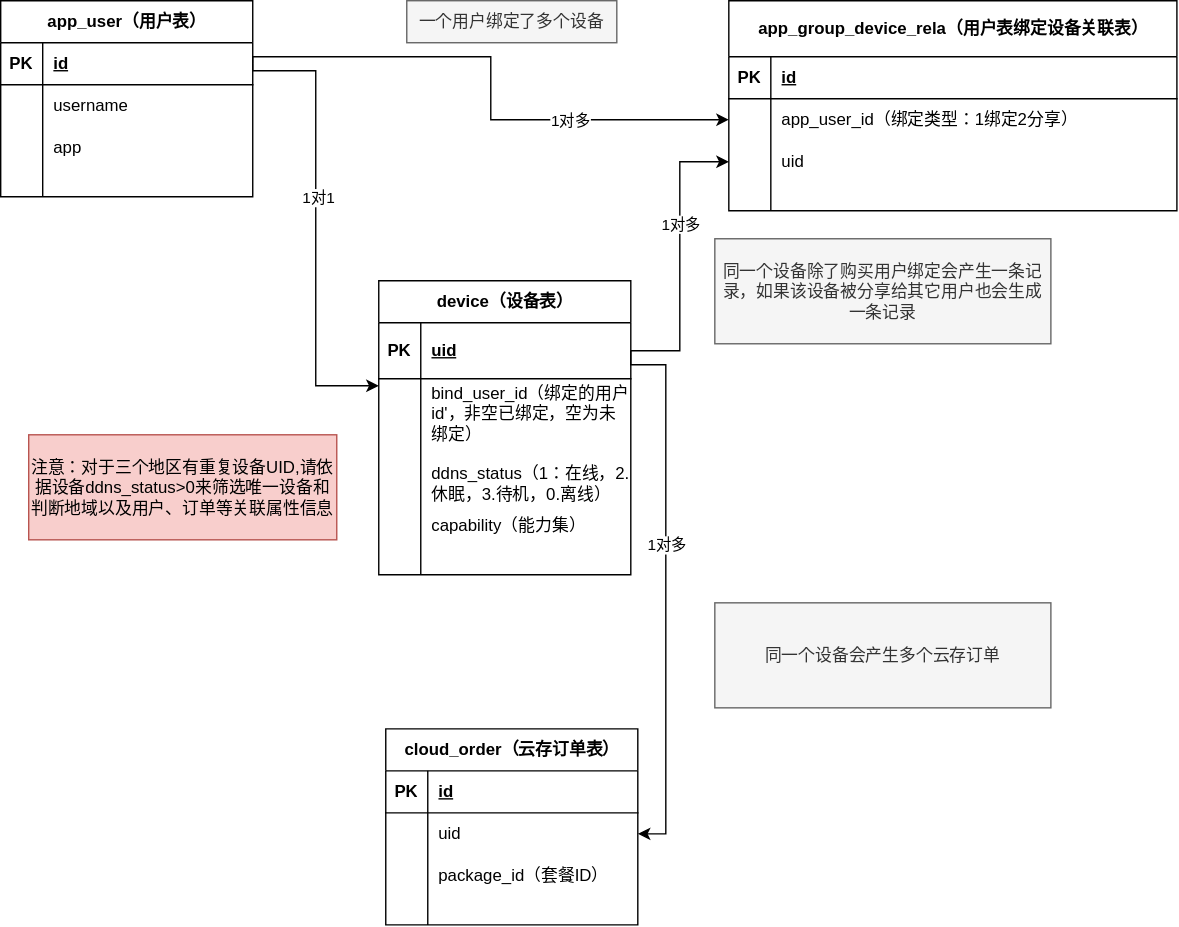
This is database/1-用户设备关系ER.drawio.svg from LiuXinStrive/ChaoWei, a draw.io export, as it was before one commit. Source tidied: cells renumbered, new cells last; positions are measured from the earlier drawing's top-left corner, leaving out a move shared by most shapes.
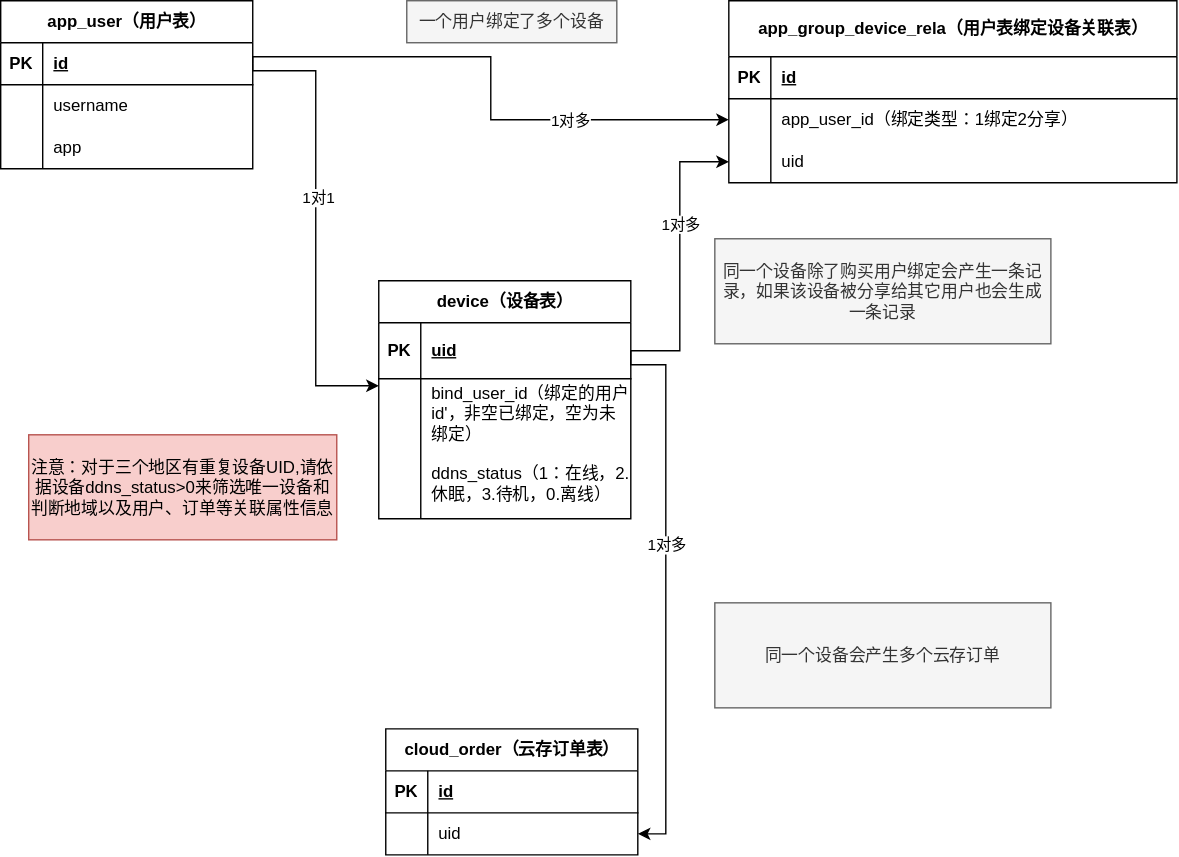
The same file after the commit.

Commit message:
更新1-用户设备关系ER.drawio.svg

Diff of the diagram source:
```diff
@@ -3,7 +3,7 @@
     <mxCell id="0" />
     <mxCell id="1" parent="0" />
     <mxCell id="2" value="app_user（用户表）" style="shape=table;startSize=30;rowLines=0;fontStyle=1;align=center;html=1;" parent="1" vertex="1">
-      <mxGeometry width="180" height="140" as="geometry" />
+      <mxGeometry width="180" height="120" as="geometry" />
     </mxCell>
     <mxCell id="3" style="shape=tableRow;horizontal=0;startSize=0;swimlaneHead=0;swimlaneBody=0;fillColor=none;points=[[0,0.5],[1,0.5]];portConstraint=eastwest;top=0;left=0;right=0;bottom=1;" parent="2" vertex="1">
       <mxGeometry y="30" width="180" height="30" as="geometry" />
@@ -32,17 +32,8 @@
     <mxCell id="11" value="app" style="shape=partialRectangle;fillColor=none;top=0;left=0;bottom=0;right=0;align=left;spacingLeft=6;overflow=hidden;whiteSpace=wrap;html=1;" parent="9" vertex="1">
       <mxGeometry x="30" width="150" height="30" as="geometry" />
     </mxCell>
-    <mxCell id="12" style="shape=tableRow;horizontal=0;startSize=0;swimlaneHead=0;swimlaneBody=0;fillColor=none;top=0;left=0;right=0;bottom=0;" parent="2" vertex="1">
-      <mxGeometry y="120" width="180" height="20" as="geometry" />
-    </mxCell>
-    <mxCell id="13" style="shape=partialRectangle;fillColor=none;top=0;left=0;bottom=0;right=0;overflow=hidden;whiteSpace=wrap;html=1;" parent="12" vertex="1">
-      <mxGeometry width="30" height="20" as="geometry" />
-    </mxCell>
-    <mxCell id="14" style="shape=partialRectangle;fillColor=none;top=0;left=0;bottom=0;right=0;align=left;spacingLeft=6;overflow=hidden;whiteSpace=wrap;html=1;" parent="12" vertex="1">
-      <mxGeometry x="30" width="150" height="20" as="geometry" />
-    </mxCell>
     <mxCell id="15" value="device（设备表）" style="shape=table;startSize=30;rowLines=0;fontStyle=1;align=center;html=1;" parent="1" vertex="1">
-      <mxGeometry x="270" y="200" width="180" height="210" as="geometry" />
+      <mxGeometry x="270" y="200" width="180" height="170" as="geometry" />
     </mxCell>
     <mxCell id="16" style="shape=tableRow;horizontal=0;startSize=0;swimlaneHead=0;swimlaneBody=0;fillColor=none;points=[[0,0.5],[1,0.5]];portConstraint=eastwest;top=0;left=0;right=0;bottom=1;" parent="15" vertex="1">
       <mxGeometry y="30" width="180" height="40" as="geometry" />
@@ -71,17 +62,8 @@
     <mxCell id="24" value="ddns_status（1：在线，2.休眠，3.待机，0.离线）" style="shape=partialRectangle;fillColor=none;top=0;left=0;bottom=0;right=0;align=left;spacingLeft=6;overflow=hidden;whiteSpace=wrap;html=1;" parent="22" vertex="1">
       <mxGeometry x="30" width="150" height="50" as="geometry" />
     </mxCell>
-    <mxCell id="25" style="shape=tableRow;horizontal=0;startSize=0;swimlaneHead=0;swimlaneBody=0;fillColor=none;top=0;left=0;right=0;bottom=0;" parent="15" vertex="1">
-      <mxGeometry y="170" width="180" height="40" as="geometry" />
-    </mxCell>
-    <mxCell id="26" style="shape=partialRectangle;fillColor=none;top=0;left=0;bottom=0;right=0;overflow=hidden;whiteSpace=wrap;html=1;" parent="25" vertex="1">
-      <mxGeometry width="30" height="40" as="geometry" />
-    </mxCell>
-    <mxCell id="27" style="shape=partialRectangle;fillColor=none;top=0;left=0;bottom=0;right=0;align=left;spacingLeft=6;overflow=hidden;whiteSpace=wrap;html=1;" parent="25" vertex="1">
-      <mxGeometry x="30" width="150" height="40" as="geometry" />
-    </mxCell>
     <mxCell id="28" value="app_group_device_rela（用户表绑定设备关联表）" style="shape=table;startSize=40;rowLines=0;fontStyle=1;align=center;html=1;" parent="1" vertex="1">
-      <mxGeometry x="520" width="320" height="150" as="geometry" />
+      <mxGeometry x="520" width="320" height="130" as="geometry" />
     </mxCell>
     <mxCell id="29" style="shape=tableRow;horizontal=0;startSize=0;swimlaneHead=0;swimlaneBody=0;fillColor=none;top=0;left=0;right=0;bottom=1;" parent="28" vertex="1">
       <mxGeometry y="40" width="320" height="30" as="geometry" />
@@ -110,15 +92,6 @@
     <mxCell id="37" value="uid" style="shape=partialRectangle;fillColor=none;top=0;left=0;bottom=0;right=0;align=left;spacingLeft=6;overflow=hidden;whiteSpace=wrap;html=1;" parent="35" vertex="1">
       <mxGeometry x="30" width="290" height="30" as="geometry" />
     </mxCell>
-    <mxCell id="38" style="shape=tableRow;horizontal=0;startSize=0;swimlaneHead=0;swimlaneBody=0;fillColor=none;top=0;left=0;right=0;bottom=0;" parent="28" vertex="1">
-      <mxGeometry y="130" width="320" height="20" as="geometry" />
-    </mxCell>
-    <mxCell id="39" style="shape=partialRectangle;fillColor=none;top=0;left=0;bottom=0;right=0;overflow=hidden;whiteSpace=wrap;html=1;" parent="38" vertex="1">
-      <mxGeometry width="30" height="20" as="geometry" />
-    </mxCell>
-    <mxCell id="40" style="shape=partialRectangle;fillColor=none;top=0;left=0;bottom=0;right=0;align=left;spacingLeft=6;overflow=hidden;whiteSpace=wrap;html=1;" parent="38" vertex="1">
-      <mxGeometry x="30" width="290" height="20" as="geometry" />
-    </mxCell>
     <mxCell id="41" style="edgeStyle=orthogonalEdgeStyle;rounded=0;jettySize=auto;html=1;exitX=1;exitY=0.5;exitDx=0;exitDy=0;" parent="1" edge="1" source="3" target="19">
       <mxGeometry relative="1" as="geometry">
         <Array as="points">
@@ -154,9 +127,6 @@
     <mxCell id="47" value="同一个设备除了购买用户绑定会产生一条记录，如果该设备被分享给其它用户也会生成一条记录" style="text;html=1;whiteSpace=wrap;strokeColor=#666666;fillColor=#f5f5f5;align=center;verticalAlign=middle;rounded=0;fontColor=#333333;" parent="1" vertex="1">
       <mxGeometry x="510" y="170" width="240" height="75" as="geometry" />
     </mxCell>
-    <mxCell id="48" value="capability（能力集）" style="shape=partialRectangle;fillColor=none;top=0;left=0;bottom=0;right=0;align=left;spacingLeft=6;overflow=hidden;whiteSpace=wrap;html=1;" parent="1" vertex="1">
-      <mxGeometry x="300" y="350" width="150" height="50" as="geometry" />
-    </mxCell>
     <mxCell id="49" value="一个用户绑定了多个设备" style="text;html=1;whiteSpace=wrap;strokeColor=#666666;fillColor=#f5f5f5;align=center;verticalAlign=middle;rounded=0;fontColor=#333333;" parent="1" vertex="1">
       <mxGeometry x="290" width="150" height="30" as="geometry" />
     </mxCell>
@@ -164,7 +134,7 @@
       <mxGeometry x="20" y="310" width="220" height="75" as="geometry" />
     </mxCell>
     <mxCell id="51" value="cloud_order（云存订单表）" style="shape=table;startSize=30;rowLines=0;fontStyle=1;align=center;html=1;" parent="1" vertex="1">
-      <mxGeometry x="275" y="520" width="180" height="140" as="geometry" />
+      <mxGeometry x="275" y="520" width="180" height="90" as="geometry" />
     </mxCell>
     <mxCell id="52" style="shape=tableRow;horizontal=0;startSize=0;swimlaneHead=0;swimlaneBody=0;fillColor=none;top=0;left=0;right=0;bottom=1;" parent="51" vertex="1">
       <mxGeometry y="30" width="180" height="30" as="geometry" />
@@ -184,24 +154,6 @@
     <mxCell id="57" value="uid" style="shape=partialRectangle;fillColor=none;top=0;left=0;bottom=0;right=0;align=left;spacingLeft=6;overflow=hidden;whiteSpace=wrap;html=1;" parent="55" vertex="1">
       <mxGeometry x="30" width="150" height="30" as="geometry" />
     </mxCell>
-    <mxCell id="58" style="shape=tableRow;horizontal=0;startSize=0;swimlaneHead=0;swimlaneBody=0;fillColor=none;top=0;left=0;right=0;bottom=0;" parent="51" vertex="1">
-      <mxGeometry y="90" width="180" height="30" as="geometry" />
-    </mxCell>
-    <mxCell id="59" style="shape=partialRectangle;fillColor=none;top=0;left=0;bottom=0;right=0;overflow=hidden;whiteSpace=wrap;html=1;" parent="58" vertex="1">
-      <mxGeometry width="30" height="30" as="geometry" />
-    </mxCell>
-    <mxCell id="60" value="package_id（套餐ID）" style="shape=partialRectangle;fillColor=none;top=0;left=0;bottom=0;right=0;align=left;spacingLeft=6;overflow=hidden;whiteSpace=wrap;html=1;" parent="58" vertex="1">
-      <mxGeometry x="30" width="150" height="30" as="geometry" />
-    </mxCell>
-    <mxCell id="61" style="shape=tableRow;horizontal=0;startSize=0;swimlaneHead=0;swimlaneBody=0;fillColor=none;top=0;left=0;right=0;bottom=0;" parent="51" vertex="1">
-      <mxGeometry y="120" width="180" height="20" as="geometry" />
-    </mxCell>
-    <mxCell id="62" style="shape=partialRectangle;fillColor=none;top=0;left=0;bottom=0;right=0;overflow=hidden;whiteSpace=wrap;html=1;" parent="61" vertex="1">
-      <mxGeometry width="30" height="20" as="geometry" />
-    </mxCell>
-    <mxCell id="63" style="shape=partialRectangle;fillColor=none;top=0;left=0;bottom=0;right=0;align=left;spacingLeft=6;overflow=hidden;whiteSpace=wrap;html=1;" parent="61" vertex="1">
-      <mxGeometry x="30" width="150" height="20" as="geometry" />
-    </mxCell>
     <mxCell id="64" style="edgeStyle=orthogonalEdgeStyle;rounded=0;jettySize=auto;html=1;exitX=1;exitY=0.5;exitDx=0;exitDy=0;entryX=1;entryY=0.5;entryDx=0;entryDy=0;" parent="1" edge="1" source="16" target="55">
       <mxGeometry relative="1" as="geometry">
         <Array as="points">
```
